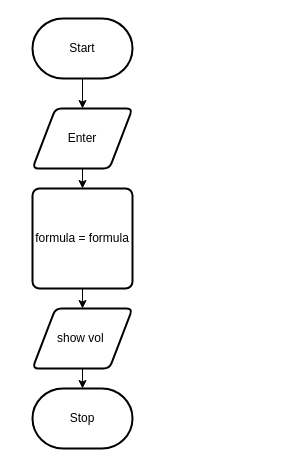
Before: design/flowchart.drawio in Johanna-liu16/ICS2O-Unit-5-02-HTML, a draw.io diagram. Source tidied: cells renumbered, new cells numbered last; positions are measured from the earlier drawing's top-left corner, leaving out a move shared by most shapes. Both pictures are drawn from the tidied source at 100%, with x=0, y=0 at pixel (32, 18).
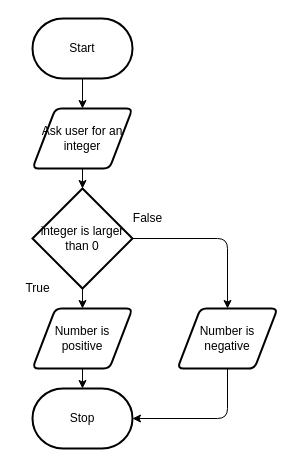
Above is the later version.

Change to the diagram source:
```diff
@@
 <mxGraphModel>
   <root>
     <mxCell id="0" />
     <mxCell id="1" parent="0" />
     <mxCell id="2" style="edgeStyle=none;html=1;exitX=0.5;exitY=1;exitDx=0;exitDy=0;exitPerimeter=0;entryX=0.5;entryY=0;entryDx=0;entryDy=0;" parent="1" edge="1" source="3" target="5">
       <mxGeometry relative="1" as="geometry" />
     </mxCell>
     <mxCell id="3" value="Start" style="strokeWidth=2;html=1;shape=mxgraph.flowchart.terminator;whiteSpace=wrap;" parent="1" vertex="1">
       <mxGeometry width="100" height="60" as="geometry" />
     </mxCell>
-    <mxCell id="4" style="edgeStyle=none;html=1;exitX=0.5;exitY=1;exitDx=0;exitDy=0;" parent="1" edge="1" source="5" target="7">
+    <mxCell id="4" style="edgeStyle=none;html=1;exitX=0.5;exitY=1;exitDx=0;exitDy=0;entryX=0.5;entryY=0;entryDx=0;entryDy=0;entryPerimeter=0;" parent="1" edge="1" source="5" target="12">
       <mxGeometry relative="1" as="geometry" />
     </mxCell>
-    <mxCell id="5" value="Enter" style="shape=parallelogram;html=1;strokeWidth=2;perimeter=parallelogramPerimeter;whiteSpace=wrap;rounded=1;arcSize=12;size=0.23;" parent="1" vertex="1">
+    <mxCell id="5" value="Ask user for an integer" style="shape=parallelogram;html=1;strokeWidth=2;perimeter=parallelogramPerimeter;whiteSpace=wrap;rounded=1;arcSize=12;size=0.23;" parent="1" vertex="1">
       <mxGeometry y="90" width="100" height="60" as="geometry" />
     </mxCell>
-    <mxCell id="6" style="edgeStyle=none;html=1;exitX=0.5;exitY=1;exitDx=0;exitDy=0;" parent="1" edge="1" source="7" target="9">
-      <mxGeometry relative="1" as="geometry" />
+    <mxCell id="6" style="edgeStyle=none;html=1;exitX=0.5;exitY=1;exitDx=0;exitDy=0;" parent="1" edge="1" target="9">
+      <mxGeometry relative="1" as="geometry">
+        <mxPoint x="50" y="270" as="sourcePoint" />
+      </mxGeometry>
     </mxCell>
-    <mxCell id="7" value="formula = formula" style="rounded=1;whiteSpace=wrap;html=1;absoluteArcSize=1;arcSize=14;strokeWidth=2;" parent="1" vertex="1">
-      <mxGeometry y="170" width="100" height="100" as="geometry" />
-    </mxCell>
     <mxCell id="8" style="edgeStyle=none;html=1;exitX=0.5;exitY=1;exitDx=0;exitDy=0;entryX=0.5;entryY=0;entryDx=0;entryDy=0;entryPerimeter=0;" parent="1" edge="1" source="9" target="10">
       <mxGeometry relative="1" as="geometry" />
     </mxCell>
-    <mxCell id="9" value="show vol&amp;nbsp;" style="shape=parallelogram;html=1;strokeWidth=2;perimeter=parallelogramPerimeter;whiteSpace=wrap;rounded=1;arcSize=12;size=0.23;" parent="1" vertex="1">
+    <mxCell id="9" value="Number is positive" style="shape=parallelogram;html=1;strokeWidth=2;perimeter=parallelogramPerimeter;whiteSpace=wrap;rounded=1;arcSize=12;size=0.23;" parent="1" vertex="1">
       <mxGeometry y="290" width="100" height="60" as="geometry" />
     </mxCell>
     <mxCell id="10" value="Stop" style="strokeWidth=2;html=1;shape=mxgraph.flowchart.terminator;whiteSpace=wrap;" parent="1" vertex="1">
       <mxGeometry y="370" width="100" height="60" as="geometry" />
     </mxCell>
+    <mxCell id="11" style="edgeStyle=none;html=1;entryX=0.5;entryY=0;entryDx=0;entryDy=0;" parent="1" edge="1" source="12" target="14">
+      <mxGeometry relative="1" as="geometry">
+        <Array as="points">
+          <mxPoint x="195" y="220" />
+        </Array>
+      </mxGeometry>
+    </mxCell>
+    <mxCell id="12" value="integer is larger than 0" style="strokeWidth=2;html=1;shape=mxgraph.flowchart.decision;whiteSpace=wrap;" parent="1" vertex="1">
+      <mxGeometry y="170" width="100" height="100" as="geometry" />
+    </mxCell>
+    <mxCell id="13" style="edgeStyle=none;html=1;entryX=1;entryY=0.5;entryDx=0;entryDy=0;entryPerimeter=0;" parent="1" edge="1" source="14" target="10">
+      <mxGeometry relative="1" as="geometry">
+        <Array as="points">
+          <mxPoint x="195" y="400" />
+        </Array>
+      </mxGeometry>
+    </mxCell>
+    <mxCell id="14" value="Number is negative" style="shape=parallelogram;html=1;strokeWidth=2;perimeter=parallelogramPerimeter;whiteSpace=wrap;rounded=1;arcSize=12;size=0.23;" parent="1" vertex="1">
+      <mxGeometry x="145" y="290" width="100" height="60" as="geometry" />
+    </mxCell>
+    <mxCell id="15" value="False" style="text;html=1;align=center;verticalAlign=middle;strokeColor=none;fillColor=none;" parent="1" vertex="1">
+      <mxGeometry x="90" y="190" width="50" height="20" as="geometry" />
+    </mxCell>
+    <mxCell id="16" value="True" style="text;html=1;align=center;verticalAlign=middle;strokeColor=none;fillColor=none;" parent="1" vertex="1">
+      <mxGeometry x="-15" y="260" width="40" height="20" as="geometry" />
+    </mxCell>
   </root>
 </mxGraphModel>
```
